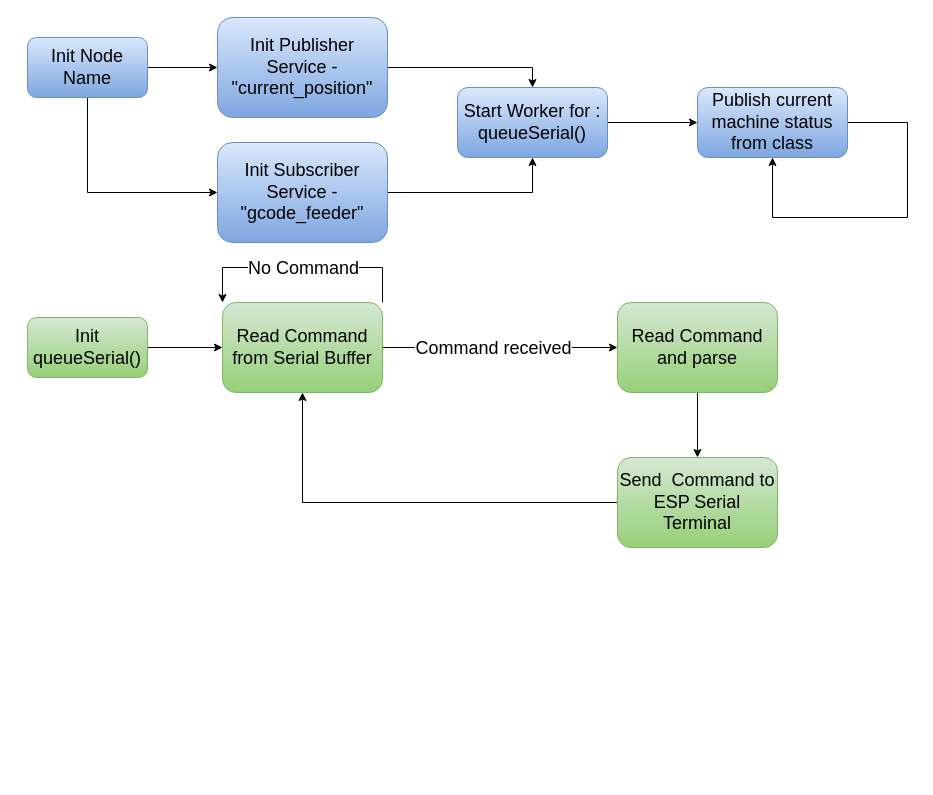
Above: page "ESP Node" (1 of 2) of Admin/Untitled Diagram.drawio in Jbruslind/HyperRail (draw.io), before the change. Source tidied: cells renumbered, new cells numbered last; positions are measured from the earlier drawing's top-left corner, leaving out a move shared by most shapes. Both pictures are drawn from the tidied source at 100%, with x=0, y=0 at pixel (27, 17).
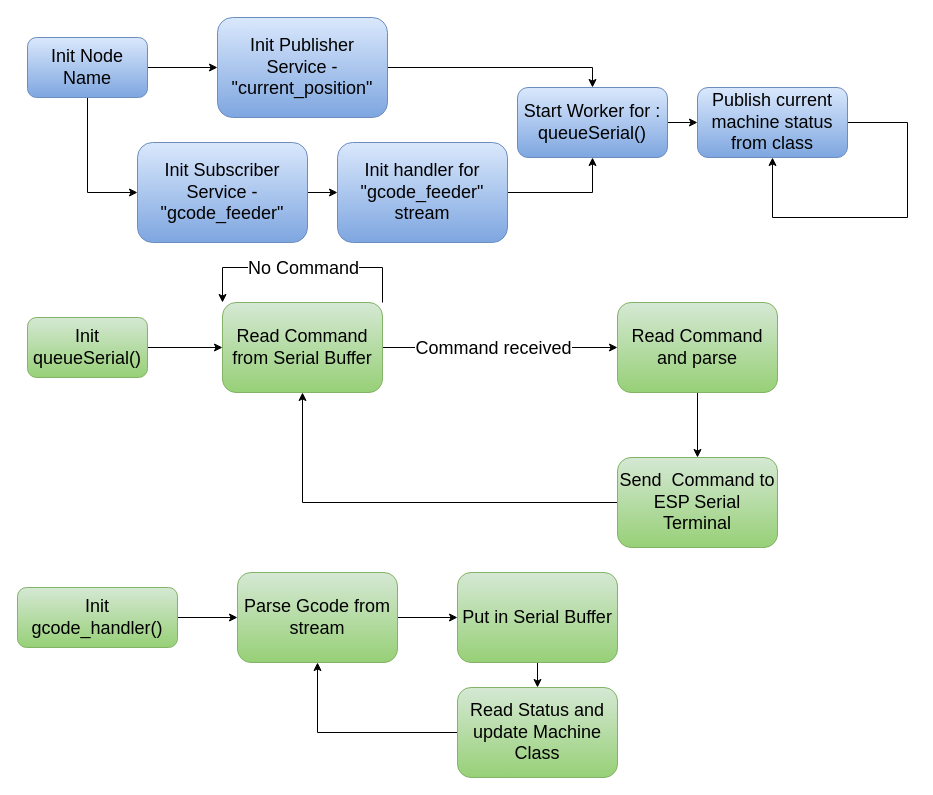
The same diagram, later.

What changed in the source:
```diff
@@
-    <mxCell id="7" style="edgeStyle=orthogonalEdgeStyle;rounded=0;jettySize=auto;html=1;exitX=1;exitY=0.5;exitDx=0;exitDy=0;entryX=0.5;entryY=1;entryDx=0;entryDy=0;fontSize=18;" parent="1" edge="1" source="8" target="10">
-      <mxGeometry relative="1" as="geometry" />
-    </mxCell>
+    <mxCell id="24" style="edgeStyle=orthogonalEdgeStyle;rounded=0;jettySize=auto;html=1;exitX=1;exitY=0.5;exitDx=0;exitDy=0;entryX=0;entryY=0.5;entryDx=0;entryDy=0;fontSize=18;" parent="1" edge="1" source="8" target="26">
+      <mxGeometry relative="1" as="geometry" />
+    </mxCell>
     <mxCell id="8" value="Init Subscriber Service - &quot;gcode_feeder&quot;" style="rounded=1;whiteSpace=wrap;html=1;fontSize=18;fillColor=#dae8fc;gradientColor=#7ea6e0;strokeColor=#6c8ebf;" parent="1" vertex="1">
-      <mxGeometry x="190" y="125" width="170" height="100" as="geometry" />
+      <mxGeometry x="110" y="125" width="170" height="100" as="geometry" />
     </mxCell>
@@
     <mxCell id="10" value="Start Worker for : queueSerial()" style="rounded=1;whiteSpace=wrap;html=1;fontSize=18;fillColor=#dae8fc;gradientColor=#7ea6e0;strokeColor=#6c8ebf;" parent="1" vertex="1">
-      <mxGeometry x="430" y="70" width="150" height="70" as="geometry" />
+      <mxGeometry x="490" y="70" width="150" height="70" as="geometry" />
     </mxCell>
@@
+    <mxCell id="25" style="edgeStyle=orthogonalEdgeStyle;rounded=0;jettySize=auto;html=1;exitX=1;exitY=0.5;exitDx=0;exitDy=0;entryX=0.5;entryY=1;entryDx=0;entryDy=0;fontSize=18;" parent="1" edge="1" source="26" target="10">
+      <mxGeometry relative="1" as="geometry" />
+    </mxCell>
+    <mxCell id="26" value="Init handler for &quot;gcode_feeder&quot; stream" style="rounded=1;whiteSpace=wrap;html=1;fontSize=18;fillColor=#dae8fc;gradientColor=#7ea6e0;strokeColor=#6c8ebf;" parent="1" vertex="1">
+      <mxGeometry x="310" y="125" width="170" height="100" as="geometry" />
+    </mxCell>
+    <mxCell id="27" style="edgeStyle=orthogonalEdgeStyle;rounded=0;jettySize=auto;html=1;exitX=1;exitY=0.5;exitDx=0;exitDy=0;entryX=0;entryY=0.5;entryDx=0;entryDy=0;fontSize=18;" parent="1" edge="1" source="28" target="30">
+      <mxGeometry relative="1" as="geometry" />
+    </mxCell>
+    <mxCell id="28" value="Init gcode_handler() " style="rounded=1;whiteSpace=wrap;html=1;fontSize=18;fillColor=#d5e8d4;gradientColor=#97d077;strokeColor=#82b366;" parent="1" vertex="1">
+      <mxGeometry x="-10" y="570" width="160" height="60" as="geometry" />
+    </mxCell>
+    <mxCell id="29" style="edgeStyle=orthogonalEdgeStyle;rounded=0;jettySize=auto;html=1;exitX=1;exitY=0.5;exitDx=0;exitDy=0;entryX=0;entryY=0.5;entryDx=0;entryDy=0;fontSize=18;" parent="1" edge="1" source="30" target="32">
+      <mxGeometry relative="1" as="geometry" />
+    </mxCell>
+    <mxCell id="30" value="Parse Gcode from stream" style="rounded=1;whiteSpace=wrap;html=1;fontSize=18;fillColor=#d5e8d4;gradientColor=#97d077;strokeColor=#82b366;" parent="1" vertex="1">
+      <mxGeometry x="210" y="555" width="160" height="90" as="geometry" />
+    </mxCell>
+    <mxCell id="31" style="edgeStyle=orthogonalEdgeStyle;rounded=0;jettySize=auto;html=1;exitX=0.5;exitY=1;exitDx=0;exitDy=0;entryX=0.5;entryY=0;entryDx=0;entryDy=0;fontSize=18;" parent="1" edge="1" source="32" target="34">
+      <mxGeometry relative="1" as="geometry" />
+    </mxCell>
+    <mxCell id="32" value="Put in Serial Buffer" style="rounded=1;whiteSpace=wrap;html=1;fontSize=18;fillColor=#d5e8d4;gradientColor=#97d077;strokeColor=#82b366;" parent="1" vertex="1">
+      <mxGeometry x="430" y="555" width="160" height="90" as="geometry" />
+    </mxCell>
+    <mxCell id="33" style="edgeStyle=orthogonalEdgeStyle;rounded=0;jettySize=auto;html=1;exitX=0;exitY=0.5;exitDx=0;exitDy=0;entryX=0.5;entryY=1;entryDx=0;entryDy=0;fontSize=18;" parent="1" edge="1" source="34" target="30">
+      <mxGeometry relative="1" as="geometry" />
+    </mxCell>
+    <mxCell id="34" value="Read Status and update Machine Class" style="rounded=1;whiteSpace=wrap;html=1;fontSize=18;fillColor=#d5e8d4;gradientColor=#97d077;strokeColor=#82b366;" parent="1" vertex="1">
+      <mxGeometry x="430" y="670" width="160" height="90" as="geometry" />
+    </mxCell>
```
